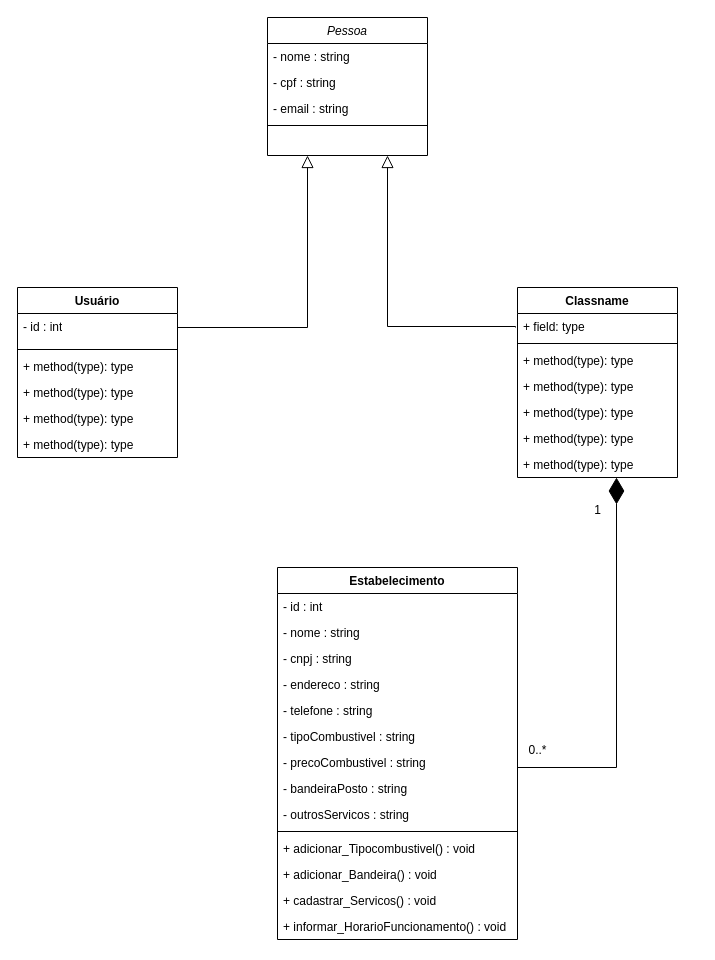
This is docs/img/Diagrama de classe Fuel+.drawio from ICEI-PUC-Minas-PMV-ADS/pmv-ads-2024-1-e3-proj-mov-t4-fuel, a draw.io file, before an edit. Source tidied: cells renumbered, new cells numbered last; positions are measured from the earlier drawing's top-left corner, leaving out a move shared by most shapes. Both pictures are drawn from the tidied source at 100%, with x=0, y=0 at pixel (17, 17).
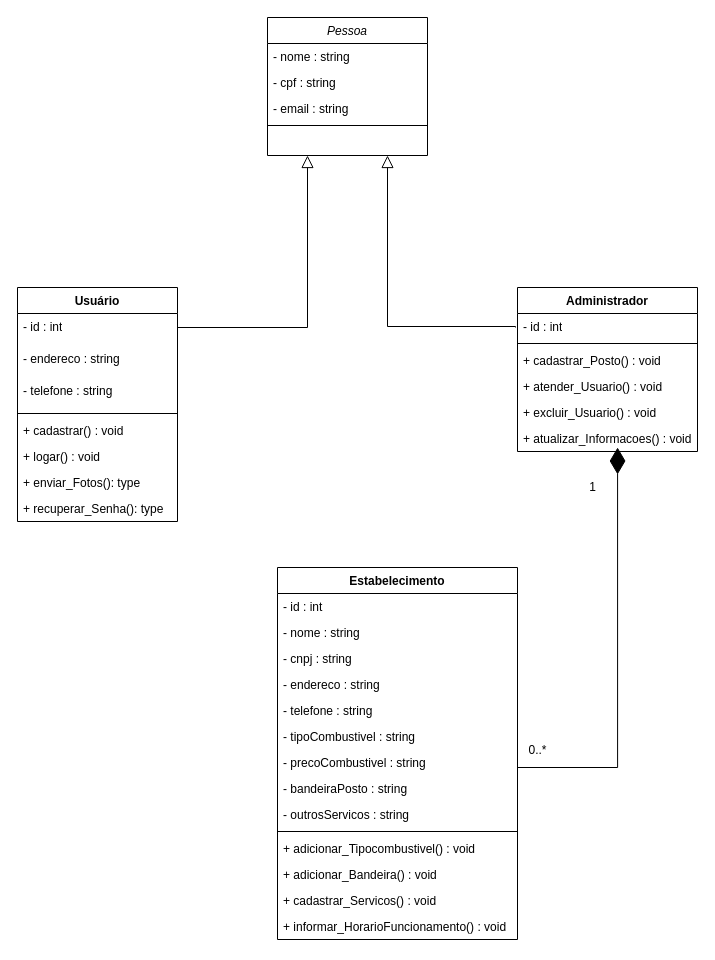
Above is the later version.

Unchanged cells that the change refers to:
```xml
<mxCell id="32" value="- bandeiraPosto : string" style="text;strokeColor=none;fillColor=none;align=left;verticalAlign=top;spacingLeft=4;spacingRight=4;overflow=hidden;points=[[0,0.5],[1,0.5]];portConstraint=eastwest;whiteSpace=wrap;html=1;" parent="24" vertex="1">
  <mxGeometry y="208" width="240" height="26" as="geometry" />
</mxCell>
```

Change to the diagram source:
```diff
@@
     <mxCell id="8" value="Usuário" style="swimlane;fontStyle=1;align=center;verticalAlign=top;horizontal=1;startSize=26;whiteSpace=wrap;html=1;" parent="1" vertex="1">
-      <mxGeometry y="270" width="160" height="170" as="geometry" />
+      <mxGeometry y="270" width="160" height="234" as="geometry" />
     </mxCell>
+    <mxCell id="42" value="- id : int" style="text;strokeColor=none;fillColor=none;align=left;verticalAlign=top;spacingLeft=4;spacingRight=4;overflow=hidden;whiteSpace=wrap;html=1;" parent="8" vertex="1">
+      <mxGeometry y="26" width="160" height="32" as="geometry" />
+    </mxCell>
+    <mxCell id="43" value="- endereco : string" style="text;strokeColor=none;fillColor=none;align=left;verticalAlign=top;spacingLeft=4;spacingRight=4;overflow=hidden;whiteSpace=wrap;html=1;" parent="8" vertex="1">
+      <mxGeometry y="58" width="160" height="32" as="geometry" />
+    </mxCell>
-    <mxCell id="9" value="- id : int" style="text;strokeColor=none;fillColor=none;align=left;verticalAlign=top;spacingLeft=4;spacingRight=4;overflow=hidden;whiteSpace=wrap;html=1;" parent="8" vertex="1">
-      <mxGeometry y="26" width="160" height="32" as="geometry" />
+    <mxCell id="9" value="- telefone : string" style="text;strokeColor=none;fillColor=none;align=left;verticalAlign=top;spacingLeft=4;spacingRight=4;overflow=hidden;whiteSpace=wrap;html=1;" parent="8" vertex="1">
+      <mxGeometry y="90" width="160" height="32" as="geometry" />
     </mxCell>
     <mxCell id="10" style="line;strokeWidth=1;fillColor=none;align=left;verticalAlign=middle;spacingTop=-1;spacingLeft=3;spacingRight=3;labelPosition=right;strokeColor=inherit;" parent="8" vertex="1">
-      <mxGeometry y="58" width="160" height="8" as="geometry" />
+      <mxGeometry y="122" width="160" height="8" as="geometry" />
     </mxCell>
+    <mxCell id="44" value="+ cadastrar() : void" style="text;strokeColor=none;fillColor=none;align=left;verticalAlign=top;spacingLeft=4;spacingRight=4;overflow=hidden;whiteSpace=wrap;html=1;" parent="8" vertex="1">
+      <mxGeometry y="130" width="160" height="26" as="geometry" />
+    </mxCell>
-    <mxCell id="11" value="+ method(type): type" style="text;strokeColor=none;fillColor=none;align=left;verticalAlign=top;spacingLeft=4;spacingRight=4;overflow=hidden;whiteSpace=wrap;html=1;" parent="8" vertex="1">
-      <mxGeometry y="66" width="160" height="26" as="geometry" />
+    <mxCell id="11" value="+ logar() : void" style="text;strokeColor=none;fillColor=none;align=left;verticalAlign=top;spacingLeft=4;spacingRight=4;overflow=hidden;whiteSpace=wrap;html=1;" parent="8" vertex="1">
+      <mxGeometry y="156" width="160" height="26" as="geometry" />
     </mxCell>
+    <mxCell id="45" value="+ enviar_Fotos(): type" style="text;strokeColor=none;fillColor=none;align=left;verticalAlign=top;spacingLeft=4;spacingRight=4;overflow=hidden;whiteSpace=wrap;html=1;" parent="8" vertex="1">
+      <mxGeometry y="182" width="160" height="26" as="geometry" />
+    </mxCell>
-    <mxCell id="12" value="+ method(type): type" style="text;strokeColor=none;fillColor=none;align=left;verticalAlign=top;spacingLeft=4;spacingRight=4;overflow=hidden;whiteSpace=wrap;html=1;" parent="8" vertex="1">
-      <mxGeometry y="92" width="160" height="26" as="geometry" />
+    <mxCell id="12" value="+ recuperar_Senha(): type" style="text;strokeColor=none;fillColor=none;align=left;verticalAlign=top;spacingLeft=4;spacingRight=4;overflow=hidden;whiteSpace=wrap;html=1;" parent="8" vertex="1">
+      <mxGeometry y="208" width="160" height="26" as="geometry" />
     </mxCell>
-    <mxCell id="13" value="+ method(type): type" style="text;strokeColor=none;fillColor=none;align=left;verticalAlign=top;spacingLeft=4;spacingRight=4;overflow=hidden;whiteSpace=wrap;html=1;" parent="8" vertex="1">
-      <mxGeometry y="118" width="160" height="26" as="geometry" />
-    </mxCell>
-    <mxCell id="14" value="+ method(type): type" style="text;strokeColor=none;fillColor=none;align=left;verticalAlign=top;spacingLeft=4;spacingRight=4;overflow=hidden;whiteSpace=wrap;html=1;" parent="8" vertex="1">
-      <mxGeometry y="144" width="160" height="26" as="geometry" />
-    </mxCell>
-    <mxCell id="15" value="Classname" style="swimlane;fontStyle=1;align=center;verticalAlign=top;horizontal=1;startSize=26;whiteSpace=wrap;html=1;" parent="1" vertex="1">
-      <mxGeometry x="500" y="270" width="160" height="190" as="geometry" />
+    <mxCell id="15" value="Administrador" style="swimlane;fontStyle=1;align=center;verticalAlign=top;horizontal=1;startSize=26;whiteSpace=wrap;html=1;" parent="1" vertex="1">
+      <mxGeometry x="500" y="270" width="180" height="164" as="geometry" />
     </mxCell>
-    <mxCell id="16" value="+ field: type" style="text;strokeColor=none;fillColor=none;align=left;verticalAlign=top;spacingLeft=4;spacingRight=4;overflow=hidden;whiteSpace=wrap;html=1;" parent="15" vertex="1">
-      <mxGeometry y="26" width="160" height="26" as="geometry" />
+    <mxCell id="16" value="- id : int" style="text;strokeColor=none;fillColor=none;align=left;verticalAlign=top;spacingLeft=4;spacingRight=4;overflow=hidden;whiteSpace=wrap;html=1;" parent="15" vertex="1">
+      <mxGeometry y="26" width="180" height="26" as="geometry" />
     </mxCell>
     <mxCell id="17" style="line;strokeWidth=1;fillColor=none;align=left;verticalAlign=middle;spacingTop=-1;spacingLeft=3;spacingRight=3;labelPosition=right;strokeColor=inherit;" parent="15" vertex="1">
-      <mxGeometry y="52" width="160" height="8" as="geometry" />
+      <mxGeometry y="52" width="180" height="8" as="geometry" />
     </mxCell>
+    <mxCell id="46" value="+ cadastrar_Posto() : void" style="text;strokeColor=none;fillColor=none;align=left;verticalAlign=top;spacingLeft=4;spacingRight=4;overflow=hidden;whiteSpace=wrap;html=1;" parent="15" vertex="1">
+      <mxGeometry y="60" width="180" height="26" as="geometry" />
+    </mxCell>
+    <mxCell id="47" value="+ atender_Usuario() : void" style="text;strokeColor=none;fillColor=none;align=left;verticalAlign=top;spacingLeft=4;spacingRight=4;overflow=hidden;whiteSpace=wrap;html=1;" parent="15" vertex="1">
+      <mxGeometry y="86" width="180" height="26" as="geometry" />
+    </mxCell>
+    <mxCell id="48" value="+ excluir_Usuario() : void" style="text;strokeColor=none;fillColor=none;align=left;verticalAlign=top;spacingLeft=4;spacingRight=4;overflow=hidden;whiteSpace=wrap;html=1;" parent="15" vertex="1">
+      <mxGeometry y="112" width="180" height="26" as="geometry" />
+    </mxCell>
-    <mxCell id="18" value="+ method(type): type" style="text;strokeColor=none;fillColor=none;align=left;verticalAlign=top;spacingLeft=4;spacingRight=4;overflow=hidden;points=[[0,0.5],[1,0.5]];portConstraint=eastwest;whiteSpace=wrap;html=1;" parent="15" vertex="1">
-      <mxGeometry y="60" width="160" height="26" as="geometry" />
+    <mxCell id="18" value="+ atualizar_Informacoes() : void" style="text;strokeColor=none;fillColor=none;align=left;verticalAlign=top;spacingLeft=4;spacingRight=4;overflow=hidden;points=[[0,0.5],[1,0.5]];portConstraint=eastwest;whiteSpace=wrap;html=1;" parent="15" vertex="1">
+      <mxGeometry y="138" width="180" height="26" as="geometry" />
     </mxCell>
-    <mxCell id="19" value="+ method(type): type" style="text;strokeColor=none;fillColor=none;align=left;verticalAlign=top;spacingLeft=4;spacingRight=4;overflow=hidden;whiteSpace=wrap;html=1;" parent="15" vertex="1">
-      <mxGeometry y="86" width="160" height="26" as="geometry" />
-    </mxCell>
-    <mxCell id="20" value="+ method(type): type" style="text;strokeColor=none;fillColor=none;align=left;verticalAlign=top;spacingLeft=4;spacingRight=4;overflow=hidden;whiteSpace=wrap;html=1;" parent="15" vertex="1">
-      <mxGeometry y="112" width="160" height="26" as="geometry" />
-    </mxCell>
-    <mxCell id="21" value="+ method(type): type" style="text;strokeColor=none;fillColor=none;align=left;verticalAlign=top;spacingLeft=4;spacingRight=4;overflow=hidden;whiteSpace=wrap;html=1;" parent="15" vertex="1">
-      <mxGeometry y="138" width="160" height="26" as="geometry" />
-    </mxCell>
-    <mxCell id="22" value="+ method(type): type" style="text;strokeColor=none;fillColor=none;align=left;verticalAlign=top;spacingLeft=4;spacingRight=4;overflow=hidden;whiteSpace=wrap;html=1;" parent="15" vertex="1">
-      <mxGeometry y="164" width="160" height="26" as="geometry" />
-    </mxCell>
@@
-    <mxCell id="39" style="endArrow=diamondThin;endFill=1;endSize=24;html=1;rounded=0;edgeStyle=orthogonalEdgeStyle;exitX=1;exitY=0.12;exitDx=0;exitDy=0;exitPerimeter=0;" parent="1" edge="1" source="32">
+    <mxCell id="39" style="endArrow=diamondThin;endFill=1;endSize=24;html=1;rounded=0;edgeStyle=orthogonalEdgeStyle;exitX=1;exitY=0.12;exitDx=0;exitDy=0;exitPerimeter=0;entryX=0.556;entryY=0.846;entryDx=0;entryDy=0;entryPerimeter=0;" parent="1" edge="1" source="32" target="18">
       <mxGeometry relative="1" as="geometry">
-        <mxPoint x="599" y="460" as="targetPoint" />
         <Array as="points">
           <mxPoint x="500" y="750" />
-          <mxPoint x="599" y="750" />
+          <mxPoint x="600" y="750" />
         </Array>
       </mxGeometry>
     </mxCell>
     <mxCell id="40" value="1" style="text;html=1;align=center;verticalAlign=middle;strokeColor=none;fillColor=none;" parent="1" vertex="1">
-      <mxGeometry x="565" y="478" width="30" height="30" as="geometry" />
+      <mxGeometry x="560" y="455" width="30" height="30" as="geometry" />
     </mxCell>
```
